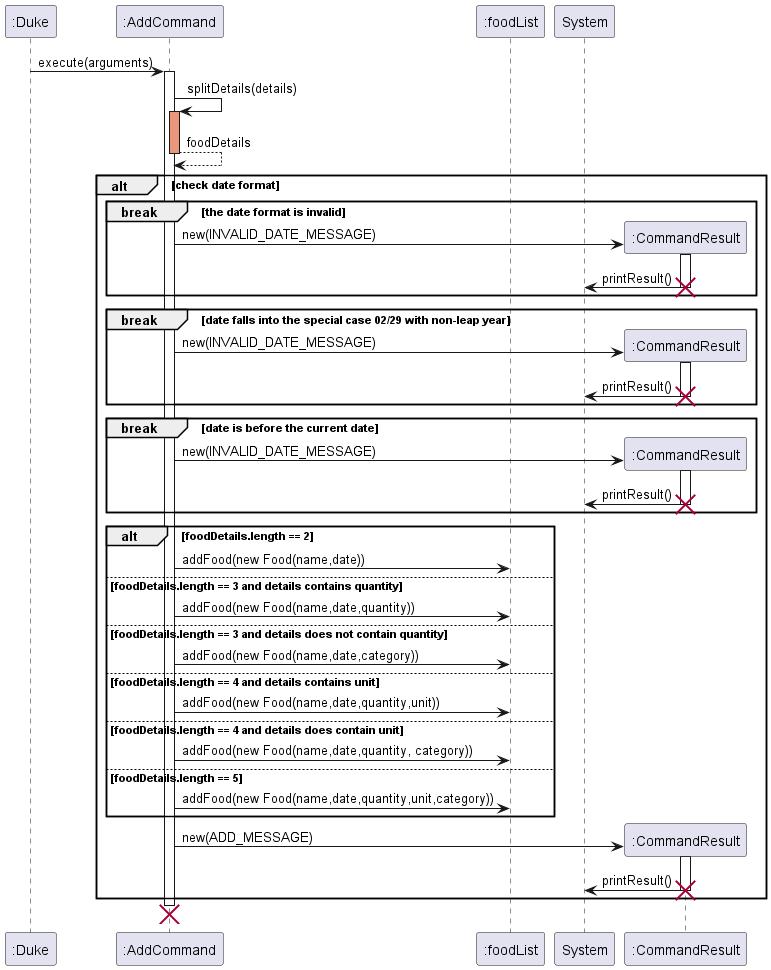
Earlier version of the PlantUML export docs/images/AddCommandSequenceDiagram.png (tsx0314/tp).
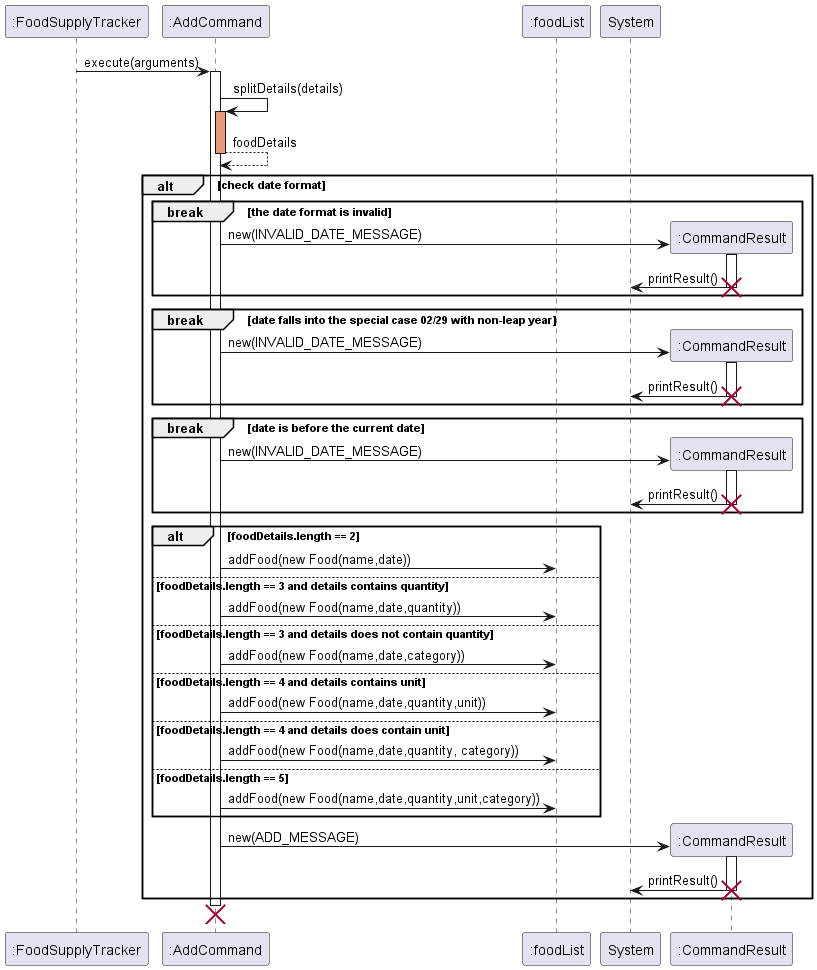
Above is the later version.

Change to the diagram source:
```diff
@@ -1,10 +1,10 @@
 @startuml
 
-participant ":Duke"
+participant ":FoodSupplyTracker"
 participant ":AddCommand"
 participant ":foodList"
 
-":Duke" -> ":AddCommand": execute(arguments)
+":FoodSupplyTracker" -> ":AddCommand": execute(arguments)
 activate ":AddCommand"
 ":AddCommand" -> ":AddCommand": splitDetails(details)
 activate ":AddCommand" #DarkSalmon
```
